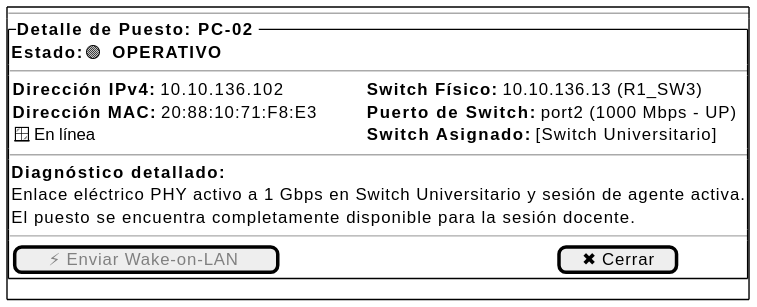
Carlos-Lima2510/mesh-panel keeps this PlantUML diagram as images/01-requisitos/01-detalle-casos-uso/consultarDetallePuesto/wireframes.svg. Above is the earlier version.
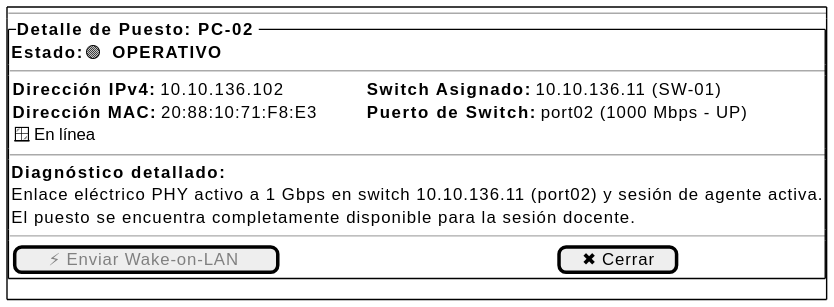
The same file after the commit.

The edit, as a diff of the source:
```diff
@@ -12,15 +12,14 @@
         <b>Dirección MAC:</b> 20:88:10:71:F8:E3
         🪟 En línea
       } | <color:transparent>_________________________</color> | {
-        <b>Switch Físico:</b> 10.10.136.13 (R1_SW3)
-        <b>Puerto de Switch:</b> port2 (1000 Mbps - UP)
-        <b>Switch Asignado:</b> [Switch Universitario]
+        <b>Switch Asignado:</b> 10.10.136.11 (SW-01)
+        <b>Puerto de Switch:</b> port02 (1000 Mbps - UP)
       }
     }
     --
     {
       <b>Diagnóstico detallado:</b>
-      Enlace eléctrico PHY activo a 1 Gbps en Switch Universitario y sesión de agente activa.
+      Enlace eléctrico PHY activo a 1 Gbps en switch 10.10.136.11 (port02) y sesión de agente activa.
       El puesto se encuentra completamente disponible para la sesión docente.
     }
     --
```
